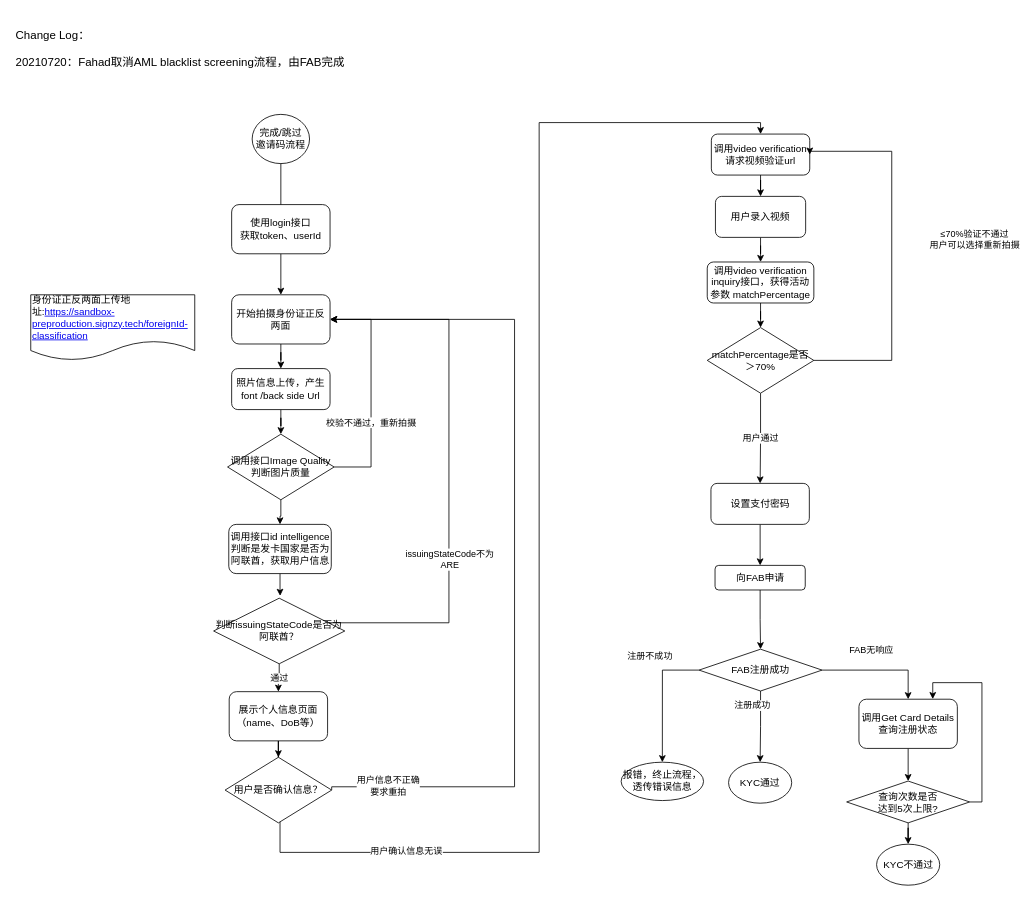
MarkYongfengZheng/WFT keeps this draw.io diagram as Tiqmo UAE KYC.drawio. Above is the earlier version. Source tidied: cells renumbered, new cells numbered last; positions are measured from the earlier drawing's top-left corner, leaving out a move shared by most shapes. Both pictures are drawn from the tidied source at 82%, with x=0, y=0 at pixel (14, 40).
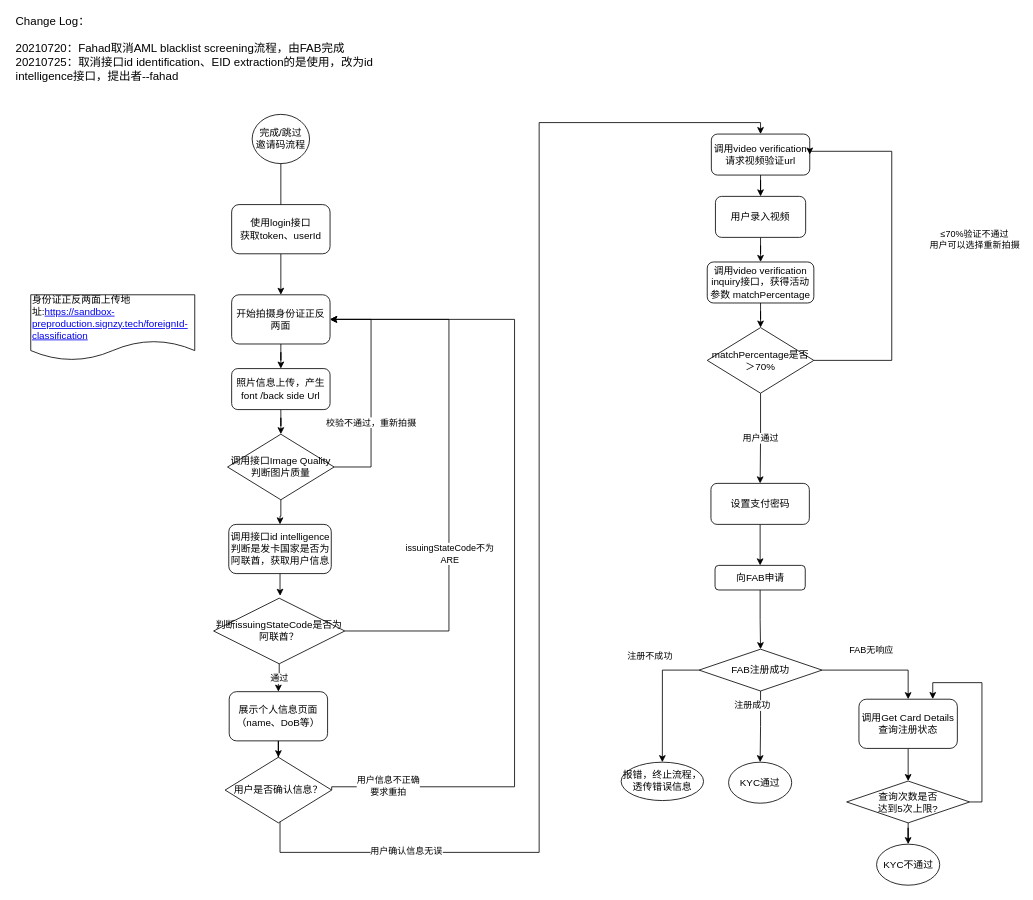
Above is the later version.

Unchanged cells that the change refers to:
```xml
<mxCell id="3" value="开始拍摄身份证正反两面" style="rounded=1;whiteSpace=wrap;html=1;" parent="1" vertex="1">
  <mxGeometry x="265" y="310" width="120" height="60" as="geometry" />
</mxCell>
<mxCell id="37" value="判断issuingStateCode是否为阿联酋？" style="rhombus;whiteSpace=wrap;html=1;align=center;" parent="1" vertex="1">
  <mxGeometry x="243" y="680" width="160" height="80" as="geometry" />
</mxCell>
```

The edit, as a diff of the source:
```diff
@@
     <mxCell id="34" style="edgeStyle=orthogonalEdgeStyle;rounded=0;jettySize=auto;html=1;entryX=1;entryY=0.5;entryDx=0;entryDy=0;" parent="1" edge="1" source="37" target="3">
       <mxGeometry relative="1" as="geometry">
         <Array as="points">
-          <mxPoint x="530" y="710" />
+          <mxPoint x="530" y="720" />
           <mxPoint x="530" y="340" />
         </Array>
       </mxGeometry>
     </mxCell>
@@
-    <mxCell id="51" value="&lt;font style=&quot;font-size: 14px&quot;&gt;&lt;span&gt;Change Log：&lt;br&gt;&lt;/span&gt;&lt;br&gt;&lt;div&gt;&lt;span&gt;20210720：&lt;/span&gt;&lt;font style=&quot;font-size: 14px&quot;&gt;Fahad取消AML blacklist screening流程，由FAB完成&lt;/font&gt;&lt;/div&gt;&lt;/font&gt;" style="text;html=1;strokeColor=none;fillColor=none;align=left;verticalAlign=middle;whiteSpace=wrap;rounded=0;" parent="1" vertex="1">
+    <mxCell id="51" value="&lt;font style=&quot;font-size: 14px&quot;&gt;&lt;span&gt;Change Log：&lt;br&gt;&lt;/span&gt;&lt;br&gt;&lt;div&gt;&lt;span&gt;20210720：&lt;/span&gt;&lt;font style=&quot;font-size: 14px&quot;&gt;Fahad取消AML blacklist screening流程，由FAB完成&lt;/font&gt;&lt;/div&gt;&lt;div&gt;&lt;font style=&quot;font-size: 14px&quot;&gt;20210725：取消接口id identification、EID extraction的是使用，改为id intelligence接口，提出者--fahad&lt;/font&gt;&lt;/div&gt;&lt;/font&gt;" style="text;html=1;strokeColor=none;fillColor=none;align=left;verticalAlign=middle;whiteSpace=wrap;rounded=0;" parent="1" vertex="1">
       <mxGeometry width="450" height="20" as="geometry" />
     </mxCell>
```
